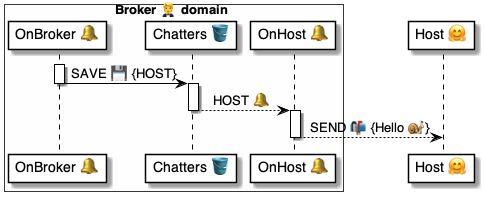
Before: 4 ⚙️ Solution/20 🧑‍🦰 UI/Brokers 🤵/🤵🪣 Broker tables/Chatters 👥 table/🪣🔔 3 Host/🤵 OnChatterHost ⚙️ uml.png, a diagram exported from PlantUML (pollyweb-org/pollyweb-docs). Its source is kept beside it as 4 ⚙️ Solution/20 🧑‍🦰 UI/Brokers 🤵/🤵🪣 Broker tables/Chatters 👥 table/🪣🔔 3 Host/🤵 OnChatterHost ⚙️ uml.puml.
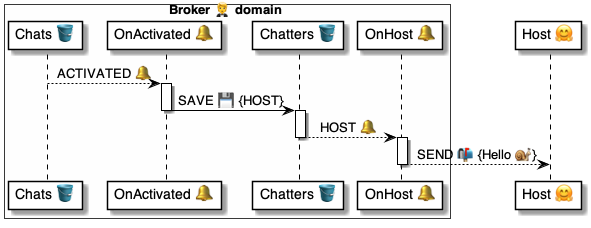
After the commit.

What changed in the source:
```diff
@@ -2,12 +2,16 @@
 
 
 box Broker 🤵 domain #FFFFFA
-    participant "OnBroker 🔔" as script
+    participant "Chats 🪣" as chats
+    participant "OnActivated 🔔" as script
     participant "Chatters 🪣" as table
     participant "OnHost 🔔" as handler
 end box
 
 participant "Host 🤗" as host
+
+
+chats --> script: ACTIVATED 🔔
 
 activate script
     script -> table: SAVE 💾 {HOST}
```
